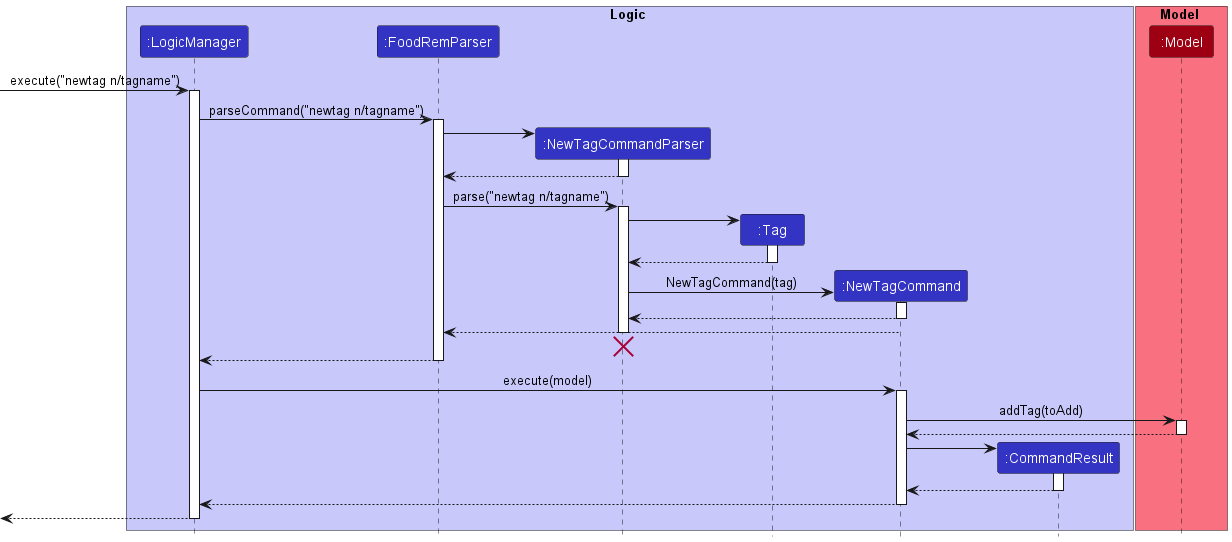
Earlier version of the PlantUML export docs/images/NewTagSequenceDiagram.png (nus-cs2103-AY2223S1/tp).
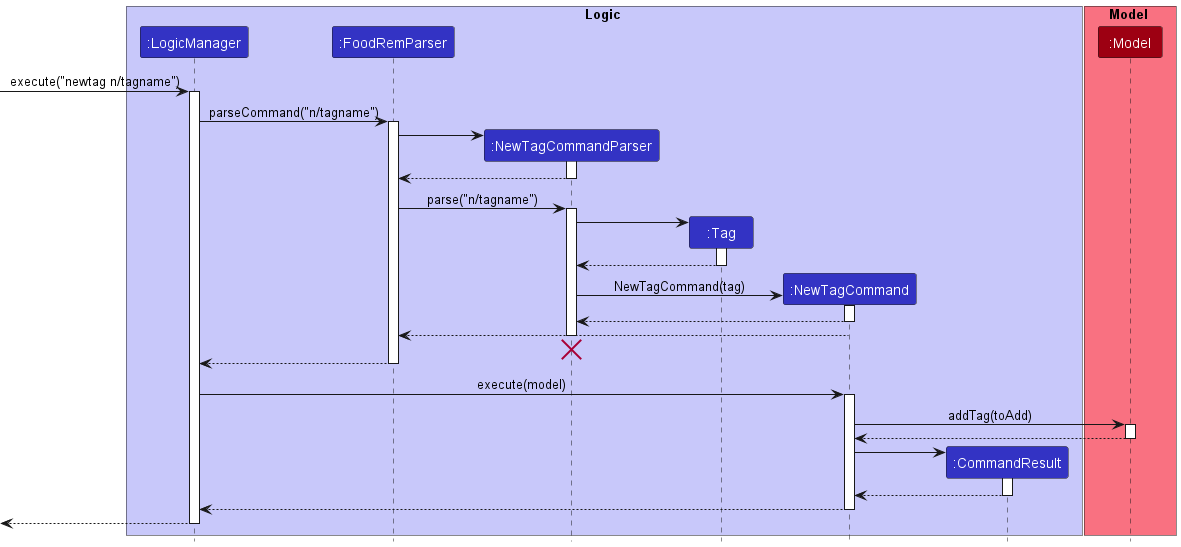
Later version of the same file.

Commit message:
Fix error in sequence diagrams for tag functions

Change to the diagram source:
```diff
@@ -19,7 +19,7 @@
 [-> LogicManager : execute("newtag n/tagname")
 activate LogicManager
 
-LogicManager -> FoodRemParser : parseCommand("newtag n/tagname")
+LogicManager -> FoodRemParser : parseCommand("n/tagname")
 activate FoodRemParser
 
 create NewTagCommandParser
@@ -31,7 +31,7 @@
 deactivate NewTagCommandParser
 
 
-FoodRemParser -> NewTagCommandParser : parse("newtag n/tagname")
+FoodRemParser -> NewTagCommandParser : parse("n/tagname")
 activate NewTagCommandParser
 
 create Tag
```
